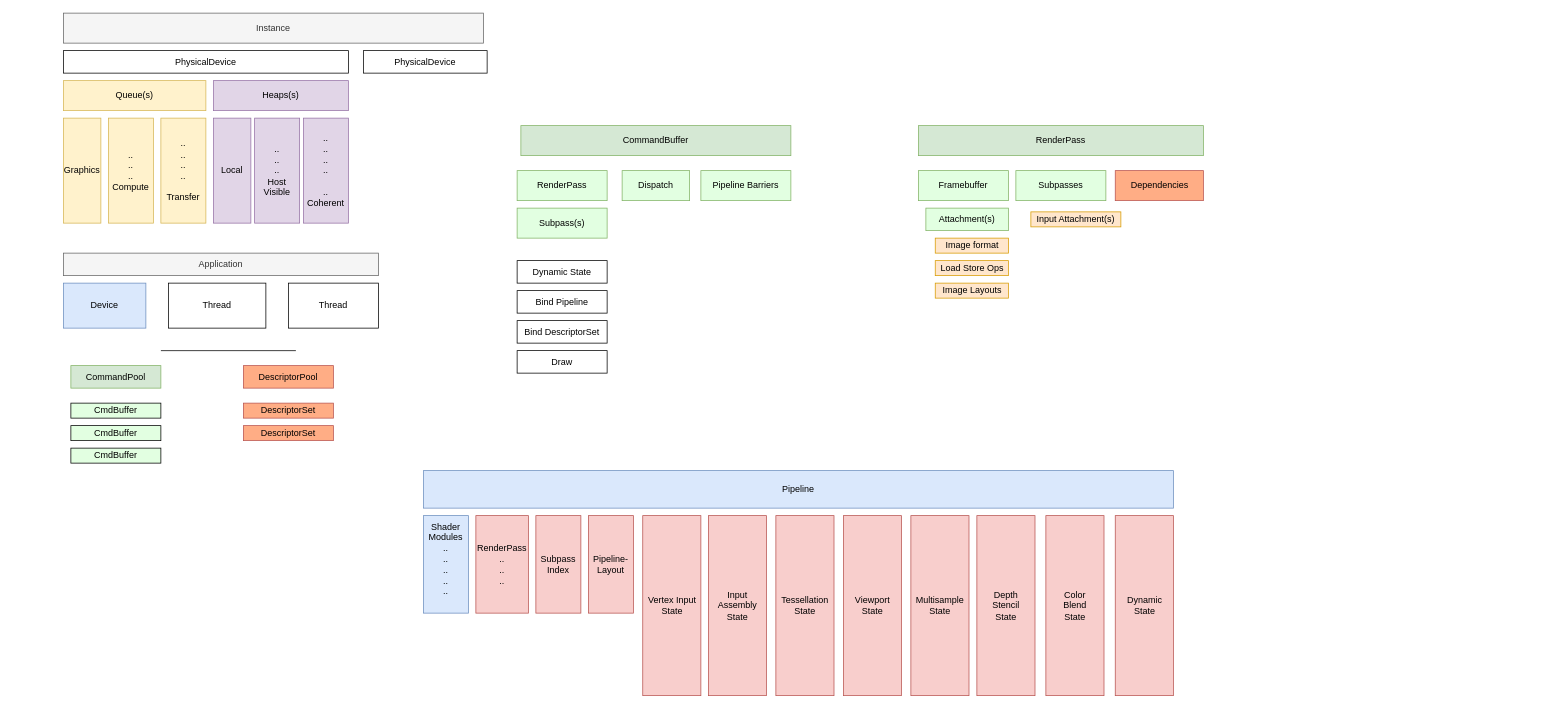
The draw.io diagram 001_Vulkan_API_Training/001_Vulkan_API_MindMap/vulkan_api.dio in YoungHaKim7/vulkan-tutorial-rust_cpp, before the edit. Source tidied: cells renumbered, new cells numbered last; positions are measured from the earlier drawing's top-left corner, leaving out a move shared by most shapes. Both pictures are drawn from the tidied source at 75%, with x=0, y=0 at pixel (63, 13).
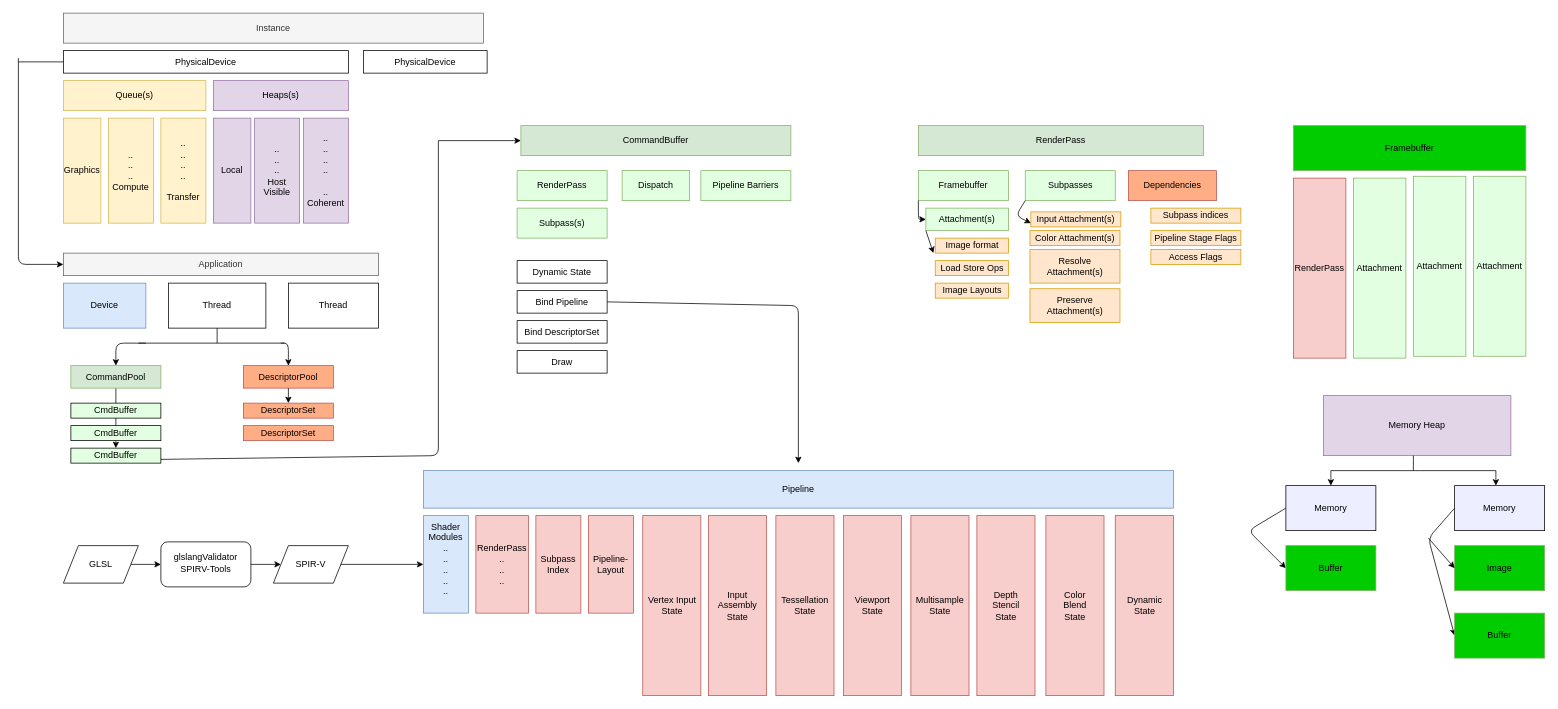
After the change.

Commit message:
Vulkan API 공부2

Unchanged cells that the change refers to:
```xml
<mxCell id="3" value="PhysicalDevice" style="rounded=0;whiteSpace=wrap;html=1;" parent="1" vertex="1">
  <mxGeometry y="50" width="380" height="30" as="geometry" />
</mxCell>
<mxCell id="13" value="Application" style="rounded=0;whiteSpace=wrap;html=1;fillColor=#f5f5f5;fontColor=#333333;strokeColor=#666666;" parent="1" vertex="1">
  <mxGeometry y="320" width="420" height="30" as="geometry" />
</mxCell>
<mxCell id="15" value="Thread" style="rounded=0;whiteSpace=wrap;html=1;" parent="1" vertex="1">
  <mxGeometry x="140" y="360" width="130" height="60" as="geometry" />
</mxCell>
<mxCell id="17" value="CommandPool" style="rounded=0;whiteSpace=wrap;html=1;fillColor=#d5e8d4;strokeColor=#82b366;" parent="1" vertex="1">
  <mxGeometry x="10" y="470" width="120" height="30" as="geometry" />
</mxCell>
<mxCell id="18" value="DescriptorPool" style="rounded=0;whiteSpace=wrap;html=1;fillColor=#FFAD85;strokeColor=#b85450;" parent="1" vertex="1">
  <mxGeometry x="240" y="470" width="120" height="30" as="geometry" />
</mxCell>
<mxCell id="21" value="DescriptorSet" style="rounded=0;whiteSpace=wrap;html=1;fillColor=#FFAD85;strokeColor=#b85450;" parent="1" vertex="1">
  <mxGeometry x="240" y="520" width="120" height="20" as="geometry" />
</mxCell>
<mxCell id="24" value="CmdBuffer" style="rounded=0;whiteSpace=wrap;html=1;fillColor=#E2FFE1;strokeColor=#000000;" parent="1" vertex="1">
  <mxGeometry x="10" y="580" width="120" height="20" as="geometry" />
</mxCell>
<mxCell id="25" value="CommandBuffer" style="rounded=0;whiteSpace=wrap;html=1;fillColor=#d5e8d4;strokeColor=#82b366;" parent="1" vertex="1">
  <mxGeometry x="610" y="150" width="360" height="40" as="geometry" />
</mxCell>
<mxCell id="31" value="Bind Pipeline" style="rounded=0;whiteSpace=wrap;html=1;" parent="1" vertex="1">
  <mxGeometry x="605" y="370" width="120" height="30" as="geometry" />
</mxCell>
<mxCell id="35" value="Shader Modules&lt;div&gt;..&lt;/div&gt;&lt;div&gt;..&lt;/div&gt;&lt;div&gt;..&lt;/div&gt;&lt;div&gt;..&lt;/div&gt;&lt;div&gt;..&lt;/div&gt;&lt;div&gt;&lt;br&gt;&lt;/div&gt;" style="rounded=0;whiteSpace=wrap;html=1;fillColor=#dae8fc;strokeColor=#6c8ebf;" parent="1" vertex="1">
  <mxGeometry x="480" y="670" width="60" height="130" as="geometry" />
</mxCell>
<mxCell id="48" value="Framebuffer" style="rounded=0;whiteSpace=wrap;html=1;fillColor=#E2FFE1;strokeColor=#82b366;" parent="1" vertex="1">
  <mxGeometry x="1140" y="210" width="120" height="40" as="geometry" />
</mxCell>
<mxCell id="51" value="Attachment(s)" style="rounded=0;whiteSpace=wrap;html=1;fillColor=#E2FFE1;strokeColor=#82b366;" parent="1" vertex="1">
  <mxGeometry x="1150" y="260" width="110" height="30" as="geometry" />
</mxCell>
```

What changed in the source:
```diff
@@
+    <mxCell id="56" style="edgeStyle=none;html=1;" parent="1" edge="1" source="17" target="24">
+      <mxGeometry relative="1" as="geometry" />
+    </mxCell>
@@
     <mxCell id="19" style="endArrow=none;html=1;" parent="1" edge="1">
       <mxGeometry relative="1" as="geometry">
-        <mxPoint x="130" y="450" as="sourcePoint" />
-        <mxPoint x="310" y="450" as="targetPoint" />
+        <mxPoint x="100" y="440" as="sourcePoint" />
+        <mxPoint x="295" y="440" as="targetPoint" />
       </mxGeometry>
     </mxCell>
@@
     <mxCell id="49" value="Subpasses" style="rounded=0;whiteSpace=wrap;html=1;fillColor=#E2FFE1;strokeColor=#82b366;" parent="1" vertex="1">
-      <mxGeometry x="1270" y="210" width="120" height="40" as="geometry" />
+      <mxGeometry x="1282.5" y="210" width="120" height="40" as="geometry" />
     </mxCell>
     <mxCell id="50" value="Dependencies" style="rounded=0;whiteSpace=wrap;html=1;fillColor=#FFAD85;strokeColor=#b85450;" parent="1" vertex="1">
-      <mxGeometry x="1402.5" y="210" width="117.5" height="40" as="geometry" />
+      <mxGeometry x="1420" y="210" width="117.5" height="40" as="geometry" />
     </mxCell>
@@
+    <mxCell id="57" style="endArrow=classic;html=1;entryX=0;entryY=0.5;entryDx=0;entryDy=0;" parent="1" edge="1" target="13">
+      <mxGeometry relative="1" as="geometry">
+        <mxPoint x="-60" y="60" as="sourcePoint" />
+        <Array as="points">
+          <mxPoint x="-60" y="335" />
+        </Array>
+      </mxGeometry>
+    </mxCell>
+    <mxCell id="58" style="endArrow=none;html=1;entryX=0;entryY=0.5;entryDx=0;entryDy=0;" parent="1" edge="1" target="3">
+      <mxGeometry relative="1" as="geometry">
+        <mxPoint x="-60" y="65" as="sourcePoint" />
+      </mxGeometry>
+    </mxCell>
+    <mxCell id="59" style="endArrow=none;html=1;entryX=0.5;entryY=1;entryDx=0;entryDy=0;" parent="1" edge="1" target="15">
+      <mxGeometry relative="1" as="geometry">
+        <mxPoint x="205" y="440" as="sourcePoint" />
+      </mxGeometry>
+    </mxCell>
+    <mxCell id="60" style="endArrow=classic;html=1;entryX=0.5;entryY=0;entryDx=0;entryDy=0;" parent="1" edge="1" target="17">
+      <mxGeometry relative="1" as="geometry">
+        <mxPoint x="110" y="440" as="sourcePoint" />
+        <Array as="points">
+          <mxPoint x="70" y="440" />
+        </Array>
+      </mxGeometry>
+    </mxCell>
+    <mxCell id="61" style="endArrow=classic;html=1;entryX=0.5;entryY=0;entryDx=0;entryDy=0;" parent="1" edge="1" target="18">
+      <mxGeometry relative="1" as="geometry">
+        <mxPoint x="290" y="440" as="sourcePoint" />
+        <Array as="points">
+          <mxPoint x="300" y="440" />
+          <mxPoint x="300" y="460" />
+        </Array>
+      </mxGeometry>
+    </mxCell>
+    <mxCell id="62" style="endArrow=classic;html=1;exitX=0.5;exitY=1;exitDx=0;exitDy=0;entryX=0.5;entryY=0;entryDx=0;entryDy=0;" parent="1" edge="1" source="18" target="21">
+      <mxGeometry relative="1" as="geometry" />
+    </mxCell>
+    <mxCell id="63" style="endArrow=classic;html=1;entryX=0;entryY=0.5;entryDx=0;entryDy=0;" parent="1" edge="1" target="25">
+      <mxGeometry relative="1" as="geometry">
+        <mxPoint x="500" y="170" as="sourcePoint" />
+      </mxGeometry>
+    </mxCell>
+    <mxCell id="64" style="endArrow=none;html=1;exitX=1;exitY=0.75;exitDx=0;exitDy=0;" parent="1" edge="1" source="24">
+      <mxGeometry relative="1" as="geometry">
+        <mxPoint x="500" y="170" as="targetPoint" />
+        <Array as="points">
+          <mxPoint x="500" y="590" />
+        </Array>
+      </mxGeometry>
+    </mxCell>
+    <mxCell id="65" style="endArrow=classic;html=1;exitX=1;exitY=0.5;exitDx=0;exitDy=0;" parent="1" edge="1" source="31">
+      <mxGeometry relative="1" as="geometry">
+        <mxPoint x="980" y="600" as="targetPoint" />
+        <Array as="points">
+          <mxPoint x="980" y="390" />
+        </Array>
+      </mxGeometry>
+    </mxCell>
+    <mxCell id="66" style="shape=parallelogram;perimeter=parallelogramPerimeter;whiteSpace=wrap;html=1;fixedSize=1;" parent="1" vertex="1">
+      <mxGeometry y="710" width="100" height="50" as="geometry" />
+    </mxCell>
+    <mxCell id="67" style="shape=parallelogram;perimeter=parallelogramPerimeter;whiteSpace=wrap;html=1;fixedSize=1;" parent="1" vertex="1">
+      <mxGeometry x="280" y="710" width="100" height="50" as="geometry" />
+    </mxCell>
+    <mxCell id="68" style="rounded=1;whiteSpace=wrap;html=1;" parent="1" vertex="1">
+      <mxGeometry x="130" y="705" width="120" height="60" as="geometry" />
+    </mxCell>
+    <mxCell id="69" value="GLSL" style="text;html=1;align=center;verticalAlign=middle;whiteSpace=wrap;rounded=0;" parent="1" vertex="1">
+      <mxGeometry x="20" y="720" width="60" height="30" as="geometry" />
+    </mxCell>
+    <mxCell id="70" value="glslangValidator&lt;div&gt;SPIRV-Tools&lt;/div&gt;" style="text;html=1;align=center;verticalAlign=middle;whiteSpace=wrap;rounded=0;" parent="1" vertex="1">
+      <mxGeometry x="140" y="705" width="100" height="55" as="geometry" />
+    </mxCell>
+    <mxCell id="71" value="SPIR-V" style="text;html=1;align=center;verticalAlign=middle;whiteSpace=wrap;rounded=0;" parent="1" vertex="1">
+      <mxGeometry x="300" y="720" width="60" height="30" as="geometry" />
+    </mxCell>
+    <mxCell id="72" style="endArrow=classic;html=1;exitX=1;exitY=0.5;exitDx=0;exitDy=0;" parent="1" edge="1" source="66">
+      <mxGeometry relative="1" as="geometry">
+        <mxPoint x="130" y="735" as="targetPoint" />
+      </mxGeometry>
+    </mxCell>
+    <mxCell id="73" style="endArrow=classic;html=1;entryX=0;entryY=0.5;entryDx=0;entryDy=0;" parent="1" edge="1" target="67">
+      <mxGeometry relative="1" as="geometry">
+        <mxPoint x="250" y="735" as="sourcePoint" />
+      </mxGeometry>
+    </mxCell>
+    <mxCell id="74" style="endArrow=classic;html=1;entryX=0;entryY=0.5;entryDx=0;entryDy=0;exitX=1;exitY=0.5;exitDx=0;exitDy=0;" parent="1" edge="1" source="67" target="35">
+      <mxGeometry relative="1" as="geometry" />
+    </mxCell>
+    <mxCell id="75" style="endArrow=classic;html=1;exitX=0;exitY=1;exitDx=0;exitDy=0;entryX=0;entryY=0.5;entryDx=0;entryDy=0;" parent="1" edge="1" source="48" target="51">
+      <mxGeometry relative="1" as="geometry">
+        <Array as="points">
+          <mxPoint x="1140" y="275" />
+        </Array>
+      </mxGeometry>
+    </mxCell>
+    <mxCell id="76" style="endArrow=classic;html=1;" parent="1" edge="1">
+      <mxGeometry relative="1" as="geometry">
+        <mxPoint x="1150" y="290" as="sourcePoint" />
+        <mxPoint x="1160" y="320" as="targetPoint" />
+        <Array as="points">
+          <mxPoint x="1150" y="290" />
+        </Array>
+      </mxGeometry>
+    </mxCell>
+    <mxCell id="77" style="endArrow=classic;html=1;exitX=0;exitY=1;exitDx=0;exitDy=0;" parent="1" edge="1" source="49">
+      <mxGeometry relative="1" as="geometry">
+        <mxPoint x="1290" y="280" as="targetPoint" />
+        <Array as="points">
+          <mxPoint x="1270" y="270" />
+          <mxPoint x="1290" y="280" />
+        </Array>
+      </mxGeometry>
+    </mxCell>
+    <mxCell id="78" value="Color Attachment(s)" style="rounded=0;whiteSpace=wrap;html=1;fillColor=#ffe6cc;strokeColor=#d79b00;" parent="1" vertex="1">
+      <mxGeometry x="1288.8" y="290" width="120" height="20" as="geometry" />
+    </mxCell>
+    <mxCell id="79" value="&lt;div&gt;Resolve&lt;/div&gt;Attachment(s)" style="rounded=0;whiteSpace=wrap;html=1;fillColor=#ffe6cc;strokeColor=#d79b00;" parent="1" vertex="1">
+      <mxGeometry x="1288.8" y="315" width="120" height="45" as="geometry" />
+    </mxCell>
+    <mxCell id="80" value="&lt;div&gt;Preserve&lt;/div&gt;Attachment(s)" style="rounded=0;whiteSpace=wrap;html=1;fillColor=#ffe6cc;strokeColor=#d79b00;" parent="1" vertex="1">
+      <mxGeometry x="1288.8" y="367.5" width="120" height="45" as="geometry" />
+    </mxCell>
+    <mxCell id="81" value="Subpass indices" style="rounded=0;whiteSpace=wrap;html=1;fillColor=#ffe6cc;strokeColor=#d79b00;" parent="1" vertex="1">
+      <mxGeometry x="1450" y="260" width="120" height="20" as="geometry" />
+    </mxCell>
+    <mxCell id="82" value="Pipeline Stage Flags" style="rounded=0;whiteSpace=wrap;html=1;fillColor=#ffe6cc;strokeColor=#d79b00;" parent="1" vertex="1">
+      <mxGeometry x="1450" y="290" width="120" height="20" as="geometry" />
+    </mxCell>
+    <mxCell id="83" value="Access Flags" style="rounded=0;whiteSpace=wrap;html=1;fillColor=#ffe6cc;strokeColor=#d79b00;" parent="1" vertex="1">
+      <mxGeometry x="1450" y="315" width="120" height="20" as="geometry" />
+    </mxCell>
+    <mxCell id="84" value="Framebuffer" style="rounded=0;whiteSpace=wrap;html=1;fillColor=#00CC00;strokeColor=#82b366;" parent="1" vertex="1">
+      <mxGeometry x="1640" y="150" width="310" height="60" as="geometry" />
+    </mxCell>
+    <mxCell id="85" value="Attachment" style="rounded=0;whiteSpace=wrap;html=1;fillColor=#E2FFE1;strokeColor=#82b366;" parent="1" vertex="1">
+      <mxGeometry x="1720" y="220" width="70" height="240" as="geometry" />
+    </mxCell>
+    <mxCell id="86" value="RenderPass" style="rounded=0;whiteSpace=wrap;html=1;fillColor=#f8cecc;strokeColor=#b85450;" parent="1" vertex="1">
+      <mxGeometry x="1640" y="220" width="70" height="240" as="geometry" />
+    </mxCell>
+    <mxCell id="87" value="Attachment" style="rounded=0;whiteSpace=wrap;html=1;fillColor=#E2FFE1;strokeColor=#82b366;" parent="1" vertex="1">
+      <mxGeometry x="1800" y="217.5" width="70" height="240" as="geometry" />
+    </mxCell>
+    <mxCell id="88" value="Attachment" style="rounded=0;whiteSpace=wrap;html=1;fillColor=#E2FFE1;strokeColor=#82b366;" parent="1" vertex="1">
+      <mxGeometry x="1880" y="217.5" width="70" height="240" as="geometry" />
+    </mxCell>
+    <mxCell id="89" value="Memory Heap" style="rounded=0;whiteSpace=wrap;html=1;fillColor=#e1d5e7;strokeColor=#9673a6;" parent="1" vertex="1">
+      <mxGeometry x="1680" y="510" width="250" height="80" as="geometry" />
+    </mxCell>
+    <mxCell id="90" style="edgeStyle=none;html=1;exitX=0;exitY=0.5;exitDx=0;exitDy=0;entryX=0;entryY=0.5;entryDx=0;entryDy=0;" parent="1" edge="1" source="91" target="94">
+      <mxGeometry relative="1" as="geometry">
+        <Array as="points">
+          <mxPoint x="1580" y="690" />
+        </Array>
+      </mxGeometry>
+    </mxCell>
+    <mxCell id="91" value="Memory" style="rounded=0;whiteSpace=wrap;html=1;fillColor=#EDEEFF;" parent="1" vertex="1">
+      <mxGeometry x="1630" y="630" width="120" height="60" as="geometry" />
+    </mxCell>
+    <mxCell id="92" style="edgeStyle=none;html=1;exitX=0;exitY=0.5;exitDx=0;exitDy=0;entryX=0;entryY=0.5;entryDx=0;entryDy=0;" parent="1" edge="1" source="93" target="96">
+      <mxGeometry relative="1" as="geometry">
+        <Array as="points">
+          <mxPoint x="1820" y="700" />
+        </Array>
+      </mxGeometry>
+    </mxCell>
+    <mxCell id="93" value="Memory" style="rounded=0;whiteSpace=wrap;html=1;fillColor=#EDEEFF;" parent="1" vertex="1">
+      <mxGeometry x="1855" y="630" width="120" height="60" as="geometry" />
+    </mxCell>
+    <mxCell id="94" value="Buffer" style="rounded=0;whiteSpace=wrap;html=1;fillColor=#00CC00;strokeColor=#82b366;" parent="1" vertex="1">
+      <mxGeometry x="1630" y="710" width="120" height="60" as="geometry" />
+    </mxCell>
+    <mxCell id="95" value="Image" style="rounded=0;whiteSpace=wrap;html=1;fillColor=#00CC00;strokeColor=#82b366;" parent="1" vertex="1">
+      <mxGeometry x="1855" y="710" width="120" height="60" as="geometry" />
+    </mxCell>
+    <mxCell id="96" value="Buffer" style="rounded=0;whiteSpace=wrap;html=1;fillColor=#00CC00;strokeColor=#82b366;" parent="1" vertex="1">
+      <mxGeometry x="1855" y="800" width="120" height="60" as="geometry" />
+    </mxCell>
+    <mxCell id="97" style="endArrow=none;html=1;" parent="1" edge="1">
+      <mxGeometry relative="1" as="geometry">
+        <mxPoint x="1690" y="610" as="sourcePoint" />
+        <mxPoint x="1910" y="610" as="targetPoint" />
+        <Array as="points">
+          <mxPoint x="1800" y="610" />
+        </Array>
+      </mxGeometry>
+    </mxCell>
+    <mxCell id="98" style="endArrow=none;html=1;" parent="1" edge="1">
+      <mxGeometry relative="1" as="geometry">
+        <mxPoint x="1800" y="610" as="sourcePoint" />
+        <mxPoint x="1800" y="590" as="targetPoint" />
+        <Array as="points">
+          <mxPoint x="1800" y="600" />
+        </Array>
+      </mxGeometry>
+    </mxCell>
+    <mxCell id="99" style="endArrow=classic;html=1;entryX=0.5;entryY=0;entryDx=0;entryDy=0;" parent="1" edge="1" target="91">
+      <mxGeometry relative="1" as="geometry">
+        <mxPoint x="1690" y="610" as="sourcePoint" />
+        <Array as="points">
+          <mxPoint x="1690" y="620" />
+        </Array>
+      </mxGeometry>
+    </mxCell>
+    <mxCell id="100" style="endArrow=classic;html=1;" parent="1" edge="1">
+      <mxGeometry relative="1" as="geometry">
+        <mxPoint x="1910" y="610" as="sourcePoint" />
+        <mxPoint x="1910" y="630" as="targetPoint" />
+        <Array as="points">
+          <mxPoint x="1910" y="620" />
+        </Array>
+      </mxGeometry>
+    </mxCell>
+    <mxCell id="101" style="endArrow=classic;html=1;entryX=0;entryY=0.5;entryDx=0;entryDy=0;" parent="1" edge="1" target="95">
+      <mxGeometry relative="1" as="geometry">
+        <mxPoint x="1820" y="700" as="sourcePoint" />
+      </mxGeometry>
+    </mxCell>
```
